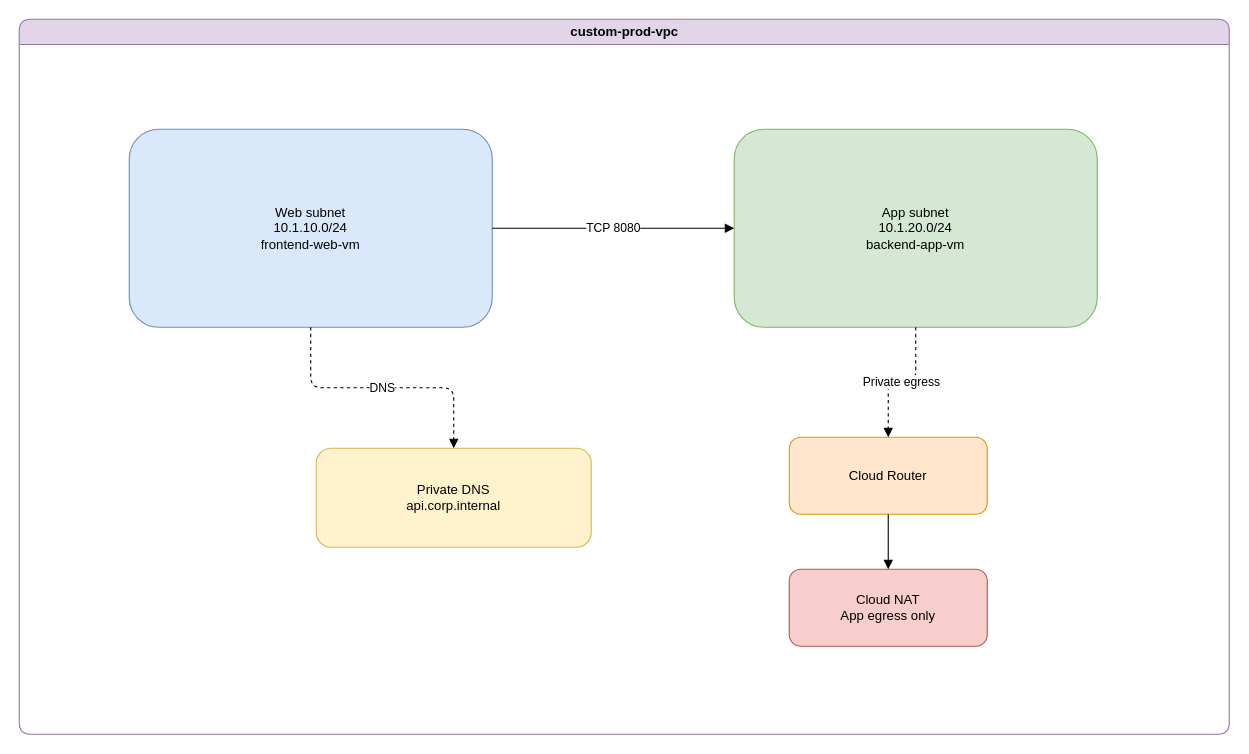
Earlier version of the draw.io diagram docs/terraform/05-two-tier-networking-scenario/diagrams/lab05-two-tier-network.drawio (nitinkc/Networks-Terraform-Basics). Source tidied: cells renumbered, new cells numbered last; positions are measured from the earlier drawing's top-left corner, leaving out a move shared by most shapes. Both pictures are drawn from the tidied source at 110%, with x=0, y=0 at pixel (19, 19).
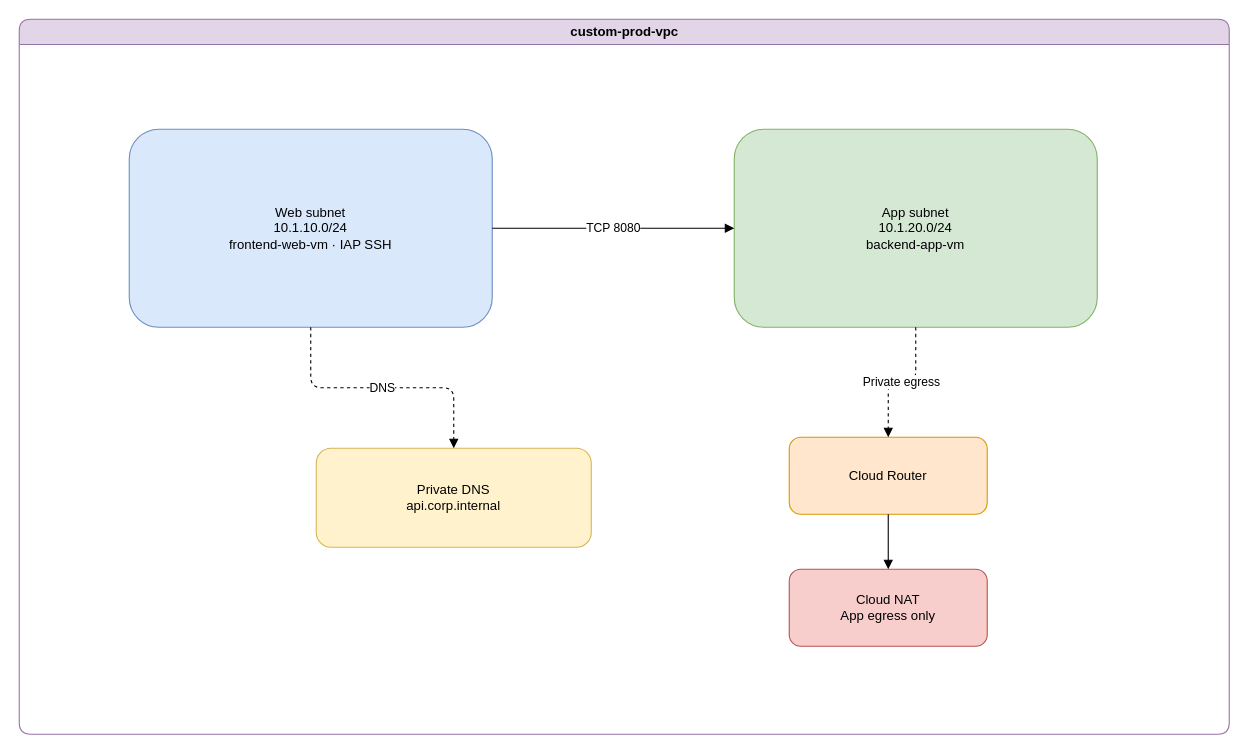
After the change.

Diff of the diagram source:
```diff
@@
 <mxGraphModel>
   <root>
     <mxCell id="0" />
     <mxCell id="1" parent="0" />
     <mxCell id="2" value="custom-prod-vpc" style="swimlane;html=1;rounded=1;fillColor=#e1d5e7;strokeColor=#9673a6;" parent="1" vertex="1">
       <mxGeometry width="1100" height="650" as="geometry" />
     </mxCell>
-    <mxCell id="3" value="Web subnet&#10;10.1.10.0/24&#10;frontend-web-vm" style="rounded=1;whiteSpace=wrap;html=1;fillColor=#dae8fc;strokeColor=#6c8ebf;" parent="2" vertex="1">
+    <mxCell id="3" value="Web subnet&#10;10.1.10.0/24&#10;frontend-web-vm · IAP SSH" style="rounded=1;whiteSpace=wrap;html=1;fillColor=#dae8fc;strokeColor=#6c8ebf;" parent="2" vertex="1">
       <mxGeometry x="100" y="100" width="330" height="180" as="geometry" />
     </mxCell>
     <mxCell id="4" value="App subnet&#10;10.1.20.0/24&#10;backend-app-vm" style="rounded=1;whiteSpace=wrap;html=1;fillColor=#d5e8d4;strokeColor=#82b366;" parent="2" vertex="1">
       <mxGeometry x="650" y="100" width="330" height="180" as="geometry" />
     </mxCell>
     <mxCell id="5" value="Private DNS&#10;api.corp.internal" style="rounded=1;whiteSpace=wrap;html=1;fillColor=#fff2cc;strokeColor=#d6b656;" parent="2" vertex="1">
       <mxGeometry x="270" y="390" width="250" height="90" as="geometry" />
     </mxCell>
     <mxCell id="6" value="Cloud Router" style="rounded=1;whiteSpace=wrap;html=1;fillColor=#ffe6cc;strokeColor=#d79b00;" parent="2" vertex="1">
       <mxGeometry x="700" y="380" width="180" height="70" as="geometry" />
     </mxCell>
     <mxCell id="7" value="Cloud NAT&#10;App egress only" style="rounded=1;whiteSpace=wrap;html=1;fillColor=#f8cecc;strokeColor=#b85450;" parent="2" vertex="1">
       <mxGeometry x="700" y="500" width="180" height="70" as="geometry" />
     </mxCell>
     <mxCell id="8" value="TCP 8080" style="edgeStyle=orthogonalEdgeStyle;html=1;endArrow=block;" parent="1" edge="1" source="3" target="4">
       <mxGeometry relative="1" as="geometry" />
     </mxCell>
     <mxCell id="9" value="DNS" style="edgeStyle=orthogonalEdgeStyle;html=1;dashed=1;endArrow=block;" parent="1" edge="1" source="3" target="5">
       <mxGeometry relative="1" as="geometry" />
     </mxCell>
     <mxCell id="10" value="Private egress" style="edgeStyle=orthogonalEdgeStyle;html=1;dashed=1;endArrow=block;" parent="1" edge="1" source="4" target="6">
       <mxGeometry relative="1" as="geometry" />
     </mxCell>
     <mxCell id="11" style="edgeStyle=orthogonalEdgeStyle;html=1;endArrow=block;" parent="1" edge="1" source="6" target="7">
       <mxGeometry relative="1" as="geometry" />
     </mxCell>
   </root>
 </mxGraphModel>
```
